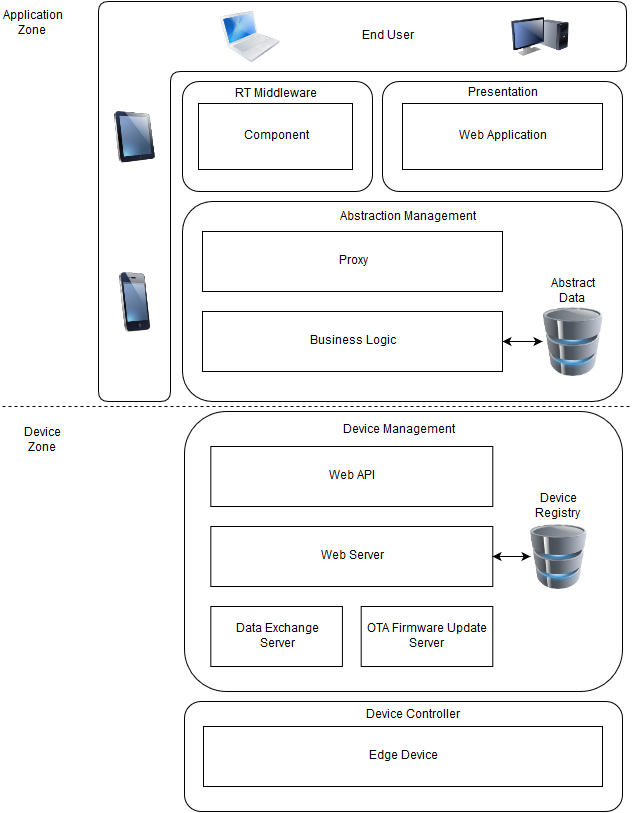
This is img/IoT_Design.png from rachwal/IoT, a draw.io export, as it was before one commit. Source tidied: cells renumbered, new cells last; positions are measured from the earlier drawing's top-left corner, leaving out a move shared by most shapes. Its diagram source:
```xml
<mxGraphModel background="#ffffff">
  <root>
    <mxCell id="0" />
    <mxCell id="1" parent="0" />
    <mxCell id="2" style="group;" parent="1" vertex="1">
      <mxGeometry width="640" height="810" as="geometry" />
    </mxCell>
    <mxCell id="3" style="shape=corner;whiteSpace=wrap;html=1;rounded=1;dx=72;dy=70;" parent="2" vertex="1">
      <mxGeometry x="96" width="528" height="400" as="geometry" />
    </mxCell>
    <mxCell id="4" style="image;html=1;labelBackgroundColor=#ffffff;image=img/lib/clip_art/computers/MacBook_128x128.png;" parent="2" vertex="1">
      <mxGeometry x="217" y="4" width="60" height="62" as="geometry" />
    </mxCell>
    <mxCell id="5" style="image;html=1;labelBackgroundColor=#ffffff;image=img/lib/clip_art/telecommunication/iPhone_128x128.png;" parent="2" vertex="1">
      <mxGeometry x="103" y="270" width="58" height="60" as="geometry" />
    </mxCell>
    <mxCell id="6" value="End User&lt;br&gt;" style="text;html=1;strokeColor=none;fillColor=none;align=center;verticalAlign=middle;whiteSpace=wrap;" parent="2" vertex="1">
      <mxGeometry x="309" y="25" width="152" height="20" as="geometry" />
    </mxCell>
    <mxCell id="7" style="image;html=1;labelBackgroundColor=#ffffff;image=img/lib/clip_art/computers/Monitor_Tower_128x128.png;rounded=1;" parent="2" vertex="1">
      <mxGeometry x="508" width="58" height="70" as="geometry" />
    </mxCell>
    <mxCell id="8" style="image;html=1;labelBackgroundColor=#ffffff;image=img/lib/clip_art/computers/iPad_128x128.png;rounded=1;" parent="2" vertex="1">
      <mxGeometry x="106" y="109" width="52" height="52" as="geometry" />
    </mxCell>
    <mxCell id="9" style="line;html=1;rounded=1;dashed=1;strokeWidth=1;" parent="2" vertex="1">
      <mxGeometry y="400" width="630" height="10" as="geometry" />
    </mxCell>
    <mxCell id="10" value="Application Zone&lt;br&gt;" style="text;html=1;strokeColor=none;fillColor=none;align=center;verticalAlign=middle;whiteSpace=wrap;rounded=1;dashed=1;" parent="2" vertex="1">
      <mxGeometry x="10" y="12" width="40" height="20" as="geometry" />
    </mxCell>
    <mxCell id="11" value="Device Zone&lt;br&gt;" style="text;html=1;strokeColor=none;fillColor=none;align=center;verticalAlign=middle;whiteSpace=wrap;rounded=1;dashed=1;" parent="2" vertex="1">
      <mxGeometry x="20" y="429" width="40" height="20" as="geometry" />
    </mxCell>
    <mxCell id="12" style="rounded=1;whiteSpace=wrap;html=1;" parent="2" vertex="1">
      <mxGeometry x="182" y="700" width="438" height="110" as="geometry" />
    </mxCell>
    <mxCell id="13" value="Edge Device&lt;br&gt;" style="whiteSpace=wrap;html=1;" parent="2" vertex="1">
      <mxGeometry x="201" y="725" width="399" height="60" as="geometry" />
    </mxCell>
    <mxCell id="14" style="group;" parent="2" vertex="1">
      <mxGeometry x="180" y="80" width="460" height="110" as="geometry" />
    </mxCell>
    <mxCell id="15" style="rounded=1;whiteSpace=wrap;html=1;" parent="14" vertex="1">
      <mxGeometry x="200" width="240" height="110" as="geometry" />
    </mxCell>
    <mxCell id="16" value="Web Application&lt;br&gt;" style="whiteSpace=wrap;html=1;" parent="14" vertex="1">
      <mxGeometry x="220" y="22" width="200" height="66" as="geometry" />
    </mxCell>
    <mxCell id="17" value="Presentation" style="text;html=1;strokeColor=none;fillColor=none;align=center;verticalAlign=middle;whiteSpace=wrap;" parent="14" vertex="1">
      <mxGeometry x="300" y="2" width="40" height="20" as="geometry" />
    </mxCell>
    <mxCell id="18" style="rounded=1;whiteSpace=wrap;html=1;" parent="14" vertex="1">
      <mxGeometry width="190" height="110" as="geometry" />
    </mxCell>
    <mxCell id="19" value="Component" style="whiteSpace=wrap;html=1;" parent="14" vertex="1">
      <mxGeometry x="16" y="22" width="154" height="66" as="geometry" />
    </mxCell>
    <mxCell id="20" value="RT Middleware&lt;br&gt;" style="text;html=1;strokeColor=none;fillColor=none;align=center;verticalAlign=middle;whiteSpace=wrap;" parent="14" vertex="1">
      <mxGeometry x="37" y="3" width="112" height="20" as="geometry" />
    </mxCell>
    <mxCell id="21" style="group;" parent="2" vertex="1">
      <mxGeometry x="180" y="200" width="460" height="200" as="geometry" />
    </mxCell>
    <mxCell id="22" style="rounded=1;whiteSpace=wrap;html=1;" parent="21" vertex="1">
      <mxGeometry width="440" height="200" as="geometry" />
    </mxCell>
    <mxCell id="23" value="Proxy&lt;br&gt;" style="whiteSpace=wrap;html=1;" parent="21" vertex="1">
      <mxGeometry x="20" y="30" width="300" height="60" as="geometry" />
    </mxCell>
    <mxCell id="24" value="Business Logic&lt;br&gt;" style="whiteSpace=wrap;html=1;" parent="21" vertex="1">
      <mxGeometry x="20" y="110" width="300" height="60" as="geometry" />
    </mxCell>
    <mxCell id="25" style="endArrow=classic;startArrow=classic;html=1;exitX=1;exitY=0.5;" parent="21" edge="1" source="24" target="26">
      <mxGeometry relative="1" as="geometry" />
    </mxCell>
    <mxCell id="26" style="image;html=1;labelBackgroundColor=#ffffff;image=img/lib/clip_art/computers/Database_128x128.png;fontFamily=Helvetica;fontSize=12;fontColor=#000000;align=center;strokeColor=#000000;fillColor=#ffffff;" parent="21" vertex="1">
      <mxGeometry x="360" y="100" width="60" height="80" as="geometry" />
    </mxCell>
    <mxCell id="27" value="Abstraction Management&lt;br&gt;" style="text;html=1;strokeColor=none;fillColor=none;align=center;verticalAlign=middle;whiteSpace=wrap;" parent="21" vertex="1">
      <mxGeometry x="155" y="6" width="140" height="20" as="geometry" />
    </mxCell>
    <mxCell id="28" value="Abstract Data&lt;br&gt;" style="text;html=1;strokeColor=none;fillColor=none;align=center;verticalAlign=middle;whiteSpace=wrap;" parent="21" vertex="1">
      <mxGeometry x="370" y="80" width="40" height="20" as="geometry" />
    </mxCell>
    <mxCell id="29" style="group;" parent="2" vertex="1">
      <mxGeometry x="182" y="410" width="438" height="290" as="geometry" />
    </mxCell>
    <mxCell id="30" style="rounded=1;whiteSpace=wrap;html=1;" parent="29" vertex="1">
      <mxGeometry width="438" height="280" as="geometry" />
    </mxCell>
    <mxCell id="31" style="group;" parent="29" vertex="1">
      <mxGeometry x="26.3" y="35" width="376" height="220" as="geometry" />
    </mxCell>
    <mxCell id="32" value="Web API&lt;br&gt;" style="whiteSpace=wrap;html=1;" parent="31" vertex="1">
      <mxGeometry width="282" height="60" as="geometry" />
    </mxCell>
    <mxCell id="33" value="Web Server&lt;br&gt;" style="whiteSpace=wrap;html=1;" parent="31" vertex="1">
      <mxGeometry y="80" width="282" height="60" as="geometry" />
    </mxCell>
    <mxCell id="34" value="Data Exchange&lt;br&gt;Server" style="whiteSpace=wrap;html=1;" parent="31" vertex="1">
      <mxGeometry y="160" width="131.6" height="60" as="geometry" />
    </mxCell>
    <mxCell id="35" value="OTA Firmware Update&lt;br&gt;Server&lt;br&gt;" style="whiteSpace=wrap;html=1;" parent="31" vertex="1">
      <mxGeometry x="150.4" y="160" width="131.6" height="60" as="geometry" />
    </mxCell>
    <mxCell id="36" style="image;html=1;labelBackgroundColor=#ffffff;image=img/lib/clip_art/computers/Database_128x128.png;fontFamily=Helvetica;fontSize=12;fontColor=#000000;align=center;strokeColor=#000000;fillColor=#ffffff;" parent="31" vertex="1">
      <mxGeometry x="319.6" y="70" width="56.4" height="80" as="geometry" />
    </mxCell>
    <mxCell id="37" style="endArrow=classic;startArrow=classic;html=1;exitX=1;exitY=0.5;entryX=0;entryY=0.5;" parent="31" edge="1" source="33" target="36">
      <mxGeometry x="138.2" y="-100" as="geometry" />
    </mxCell>
    <mxCell id="38" value="Device Management&lt;br&gt;" style="text;html=1;strokeColor=none;fillColor=none;align=center;verticalAlign=middle;whiteSpace=wrap;" parent="29" vertex="1">
      <mxGeometry x="142.9" y="9" width="142.9" height="20" as="geometry" />
    </mxCell>
    <mxCell id="39" value="Device Registry&lt;br&gt;" style="text;html=1;strokeColor=none;fillColor=none;align=center;verticalAlign=middle;whiteSpace=wrap;" parent="29" vertex="1">
      <mxGeometry x="355.3" y="85" width="37.6" height="20" as="geometry" />
    </mxCell>
    <mxCell id="40" value="Device Controller&lt;br&gt;" style="text;html=1;strokeColor=none;fillColor=none;align=center;verticalAlign=middle;whiteSpace=wrap;" parent="2" vertex="1">
      <mxGeometry x="334" y="704" width="152" height="20" as="geometry" />
    </mxCell>
  </root>
</mxGraphModel>
```
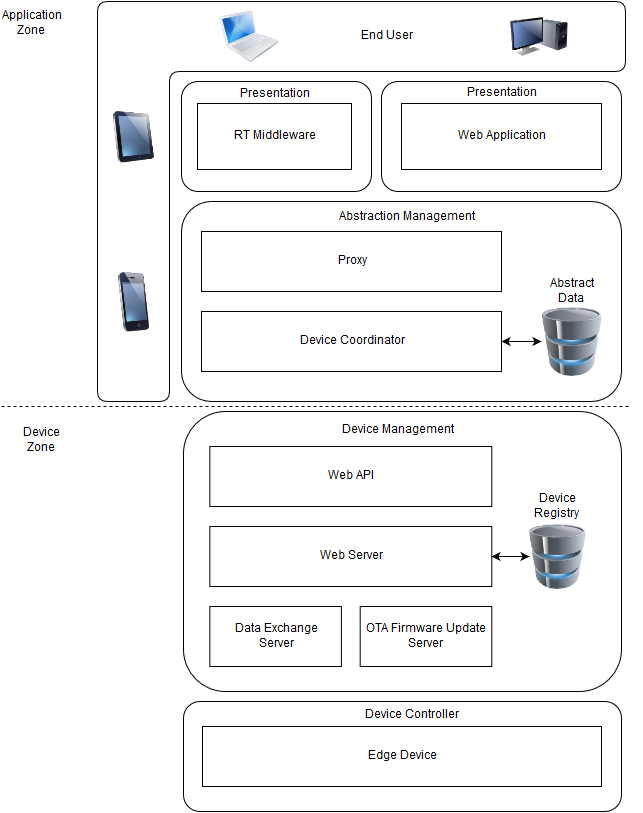
The same file after the commit.

The edit, as a diff of the source:
```diff
@@ -53,10 +53,10 @@
     <mxCell id="18" style="rounded=1;whiteSpace=wrap;html=1;" parent="14" vertex="1">
       <mxGeometry width="190" height="110" as="geometry" />
     </mxCell>
-    <mxCell id="19" value="Component" style="whiteSpace=wrap;html=1;" parent="14" vertex="1">
+    <mxCell id="19" value="RT Middleware&lt;br&gt;" style="whiteSpace=wrap;html=1;" parent="14" vertex="1">
       <mxGeometry x="16" y="22" width="154" height="66" as="geometry" />
     </mxCell>
-    <mxCell id="20" value="RT Middleware&lt;br&gt;" style="text;html=1;strokeColor=none;fillColor=none;align=center;verticalAlign=middle;whiteSpace=wrap;" parent="14" vertex="1">
+    <mxCell id="20" value="Presentation" style="text;html=1;strokeColor=none;fillColor=none;align=center;verticalAlign=middle;whiteSpace=wrap;" parent="14" vertex="1">
       <mxGeometry x="37" y="3" width="112" height="20" as="geometry" />
     </mxCell>
     <mxCell id="21" style="group;" parent="2" vertex="1">
@@ -68,7 +68,7 @@
     <mxCell id="23" value="Proxy&lt;br&gt;" style="whiteSpace=wrap;html=1;" parent="21" vertex="1">
       <mxGeometry x="20" y="30" width="300" height="60" as="geometry" />
     </mxCell>
-    <mxCell id="24" value="Business Logic&lt;br&gt;" style="whiteSpace=wrap;html=1;" parent="21" vertex="1">
+    <mxCell id="24" value="Device Coordinator&lt;br&gt;" style="whiteSpace=wrap;html=1;" parent="21" vertex="1">
       <mxGeometry x="20" y="110" width="300" height="60" as="geometry" />
     </mxCell>
     <mxCell id="25" style="endArrow=classic;startArrow=classic;html=1;exitX=1;exitY=0.5;" parent="21" edge="1" source="24" target="26">
```
